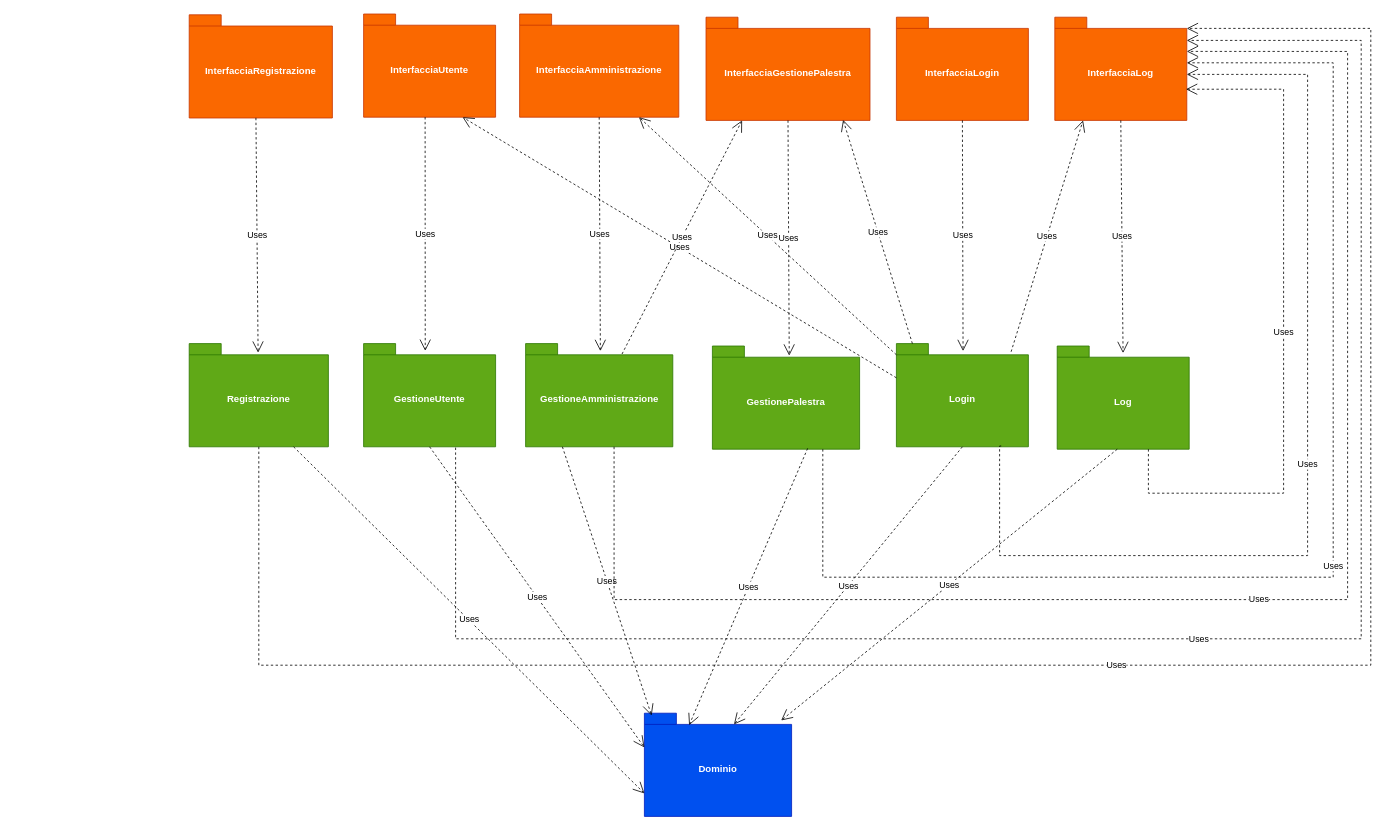
The draw.io diagram Diagrammi_Package/Utente.drawio in JosephBoom02/Progetto_Ingegneria_del_Software, before the edit. Source tidied: cells renumbered, new cells numbered last; positions are measured from the earlier drawing's top-left corner, leaving out a move shared by most shapes. Both pictures are drawn from the tidied source at 80%, with x=0, y=0 at pixel (189, 14).
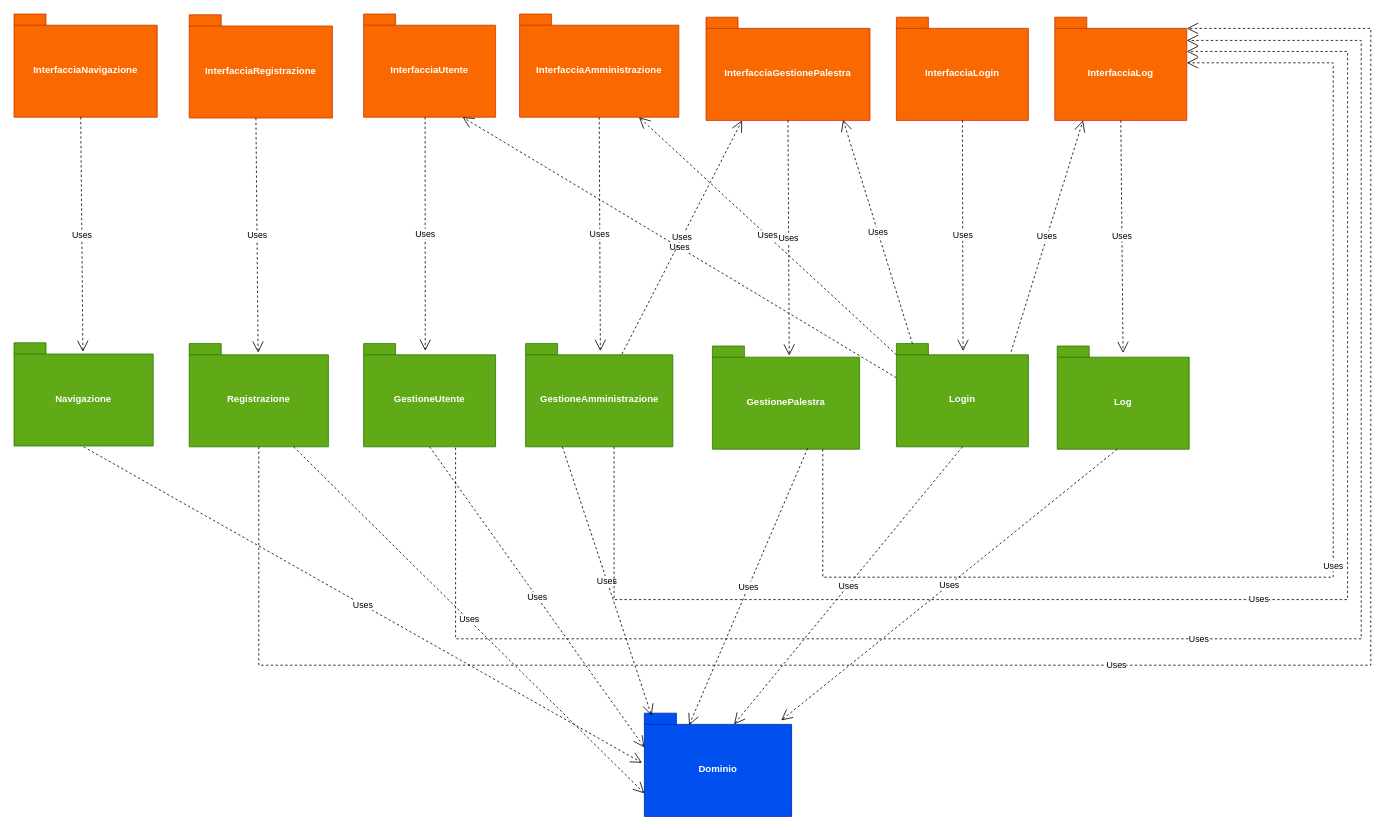
Above is the later version.

The change refers to these unchanged cells:
```xml
<mxCell id="6" value="InterfacciaLog" style="shape=folder;fontStyle=1;spacingTop=10;tabWidth=40;tabHeight=14;tabPosition=left;html=1;whiteSpace=wrap;fillColor=#fa6800;strokeColor=#C73500;fontColor=#FFFFFF;" parent="1" vertex="1">
  <mxGeometry x="1082" y="4" width="165" height="129" as="geometry" />
</mxCell>
<mxCell id="9" value="Log" style="shape=folder;fontStyle=1;spacingTop=10;tabWidth=40;tabHeight=14;tabPosition=left;html=1;whiteSpace=wrap;fillColor=#60a917;strokeColor=#2D7600;fontColor=#ffffff;" parent="1" vertex="1">
  <mxGeometry x="1085" y="415" width="165" height="129" as="geometry" />
</mxCell>
<mxCell id="10" value="Login" style="shape=folder;fontStyle=1;spacingTop=10;tabWidth=40;tabHeight=14;tabPosition=left;html=1;whiteSpace=wrap;fillColor=#60a917;strokeColor=#2D7600;fontColor=#ffffff;" parent="1" vertex="1">
  <mxGeometry x="884" y="412" width="165" height="129" as="geometry" />
</mxCell>
<mxCell id="11" value="Dominio" style="shape=folder;fontStyle=1;spacingTop=10;tabWidth=40;tabHeight=14;tabPosition=left;html=1;whiteSpace=wrap;fillColor=#0050ef;strokeColor=#001DBC;fontColor=#ffffff;" parent="1" vertex="1">
  <mxGeometry x="569" y="874" width="184" height="129" as="geometry" />
</mxCell>
```

What changed in the source:
```diff
@@
-    <mxCell id="36" value="Uses" style="endArrow=open;endSize=12;dashed=1;html=1;rounded=0;edgeStyle=orthogonalEdgeStyle;exitX=0.794;exitY=0.992;exitDx=0;exitDy=0;exitPerimeter=0;entryX=0;entryY=0;entryDx=165;entryDy=71.5;entryPerimeter=0;" parent="1" edge="1" source="10" target="6">
-      <mxGeometry relative="1" as="geometry">
-        <Array as="points">
-          <mxPoint x="1013" y="540" />
-          <mxPoint x="1013" y="677" />
-          <mxPoint x="1398" y="677" />
-          <mxPoint x="1398" y="76" />
-        </Array>
-      </mxGeometry>
-    </mxCell>
-    <mxCell id="37" value="Uses" style="endArrow=open;endSize=12;dashed=1;html=1;rounded=0;edgeStyle=orthogonalEdgeStyle;exitX=0.691;exitY=1;exitDx=0;exitDy=0;exitPerimeter=0;entryX=0.994;entryY=0.698;entryDx=0;entryDy=0;entryPerimeter=0;" parent="1" edge="1" source="9" target="6">
-      <mxGeometry relative="1" as="geometry">
-        <Array as="points">
-          <mxPoint x="1199" y="599" />
-          <mxPoint x="1368" y="599" />
-          <mxPoint x="1368" y="94" />
-        </Array>
-      </mxGeometry>
-    </mxCell>
+    <mxCell id="38" value="InterfacciaNavigazione" style="shape=folder;fontStyle=1;spacingTop=10;tabWidth=40;tabHeight=14;tabPosition=left;html=1;whiteSpace=wrap;fillColor=#fa6800;strokeColor=#C73500;fontColor=#FFFFFF;" parent="1" vertex="1">
+      <mxGeometry x="-219" width="179" height="129" as="geometry" />
+    </mxCell>
+    <mxCell id="39" value="Navigazione" style="shape=folder;fontStyle=1;spacingTop=10;tabWidth=40;tabHeight=14;tabPosition=left;html=1;whiteSpace=wrap;fillColor=#60a917;strokeColor=#2D7600;fontColor=#ffffff;" parent="1" vertex="1">
+      <mxGeometry x="-219" y="411" width="174" height="129" as="geometry" />
+    </mxCell>
+    <mxCell id="40" value="Uses" style="endArrow=open;endSize=12;dashed=1;html=1;rounded=0;exitX=0.466;exitY=0.999;exitDx=0;exitDy=0;exitPerimeter=0;entryX=0.495;entryY=0.088;entryDx=0;entryDy=0;entryPerimeter=0;" parent="1" edge="1" source="38" target="39">
+      <mxGeometry relative="1" as="geometry" />
+    </mxCell>
+    <mxCell id="41" value="Uses" style="endArrow=open;endSize=12;dashed=1;html=1;rounded=0;exitX=0.75;exitY=1;exitDx=0;exitDy=0;exitPerimeter=0;entryX=-0.016;entryY=0.481;entryDx=0;entryDy=0;entryPerimeter=0;" parent="1" edge="1" target="11">
+      <mxGeometry relative="1" as="geometry">
+        <mxPoint x="-132" y="541" as="sourcePoint" />
+      </mxGeometry>
+    </mxCell>
```
